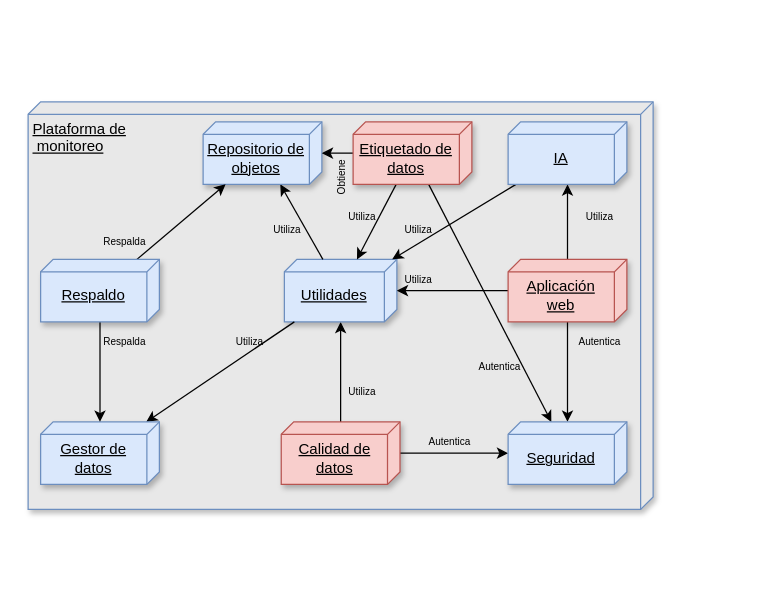
Earlier version of the draw.io diagram page "Diagrama de bloques - Arquitectura modular - 20250728" (1 of 6) of ceia-memoria/memoria/Figures projects/Diagramas gestion de proyectos.drawio (brunomaso1/uba-ceia). Source tidied: cells renumbered, new cells numbered last; positions are measured from the earlier drawing's top-left corner, leaving out a move shared by most shapes. Both pictures are drawn from the tidied source at 125%, with x=0, y=0 at pixel (28, 101).
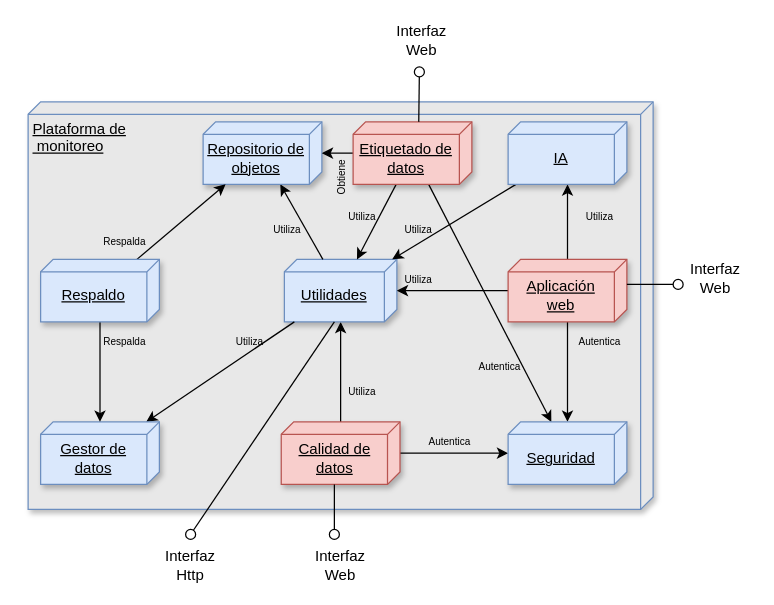
After the change.

Unchanged cells that the change refers to:
```xml
<mxCell id="4" value="Utilidades" style="verticalAlign=middle;align=center;spacingTop=8;spacingLeft=2;spacingRight=12;shape=cube;size=10;direction=south;fontStyle=4;html=1;whiteSpace=wrap;shadow=1;fillColor=#dae8fc;strokeColor=#6c8ebf;" parent="1" vertex="1">
  <mxGeometry x="205" y="126" width="90" height="50" as="geometry" />
</mxCell>
<mxCell id="14" value="Aplicación&lt;div&gt;web&lt;/div&gt;" style="verticalAlign=middle;align=center;spacingTop=8;spacingLeft=2;spacingRight=12;shape=cube;size=10;direction=south;fontStyle=4;html=1;whiteSpace=wrap;shadow=1;fillColor=#f8cecc;strokeColor=#b85450;" parent="1" vertex="1">
  <mxGeometry x="384" y="126" width="95" height="50" as="geometry" />
</mxCell>
<mxCell id="21" value="Etiquetado de datos" style="verticalAlign=middle;align=center;spacingTop=8;spacingLeft=2;spacingRight=12;shape=cube;size=10;direction=south;fontStyle=4;html=1;whiteSpace=wrap;shadow=1;fillColor=#f8cecc;strokeColor=#b85450;" parent="1" vertex="1">
  <mxGeometry x="260" y="16" width="95" height="50" as="geometry" />
</mxCell>
<mxCell id="23" value="Calidad de datos" style="verticalAlign=middle;align=center;spacingTop=8;spacingLeft=2;spacingRight=12;shape=cube;size=10;direction=south;fontStyle=4;html=1;whiteSpace=wrap;shadow=1;fillColor=#f8cecc;strokeColor=#b85450;" parent="1" vertex="1">
  <mxGeometry x="202.5" y="256" width="95" height="50" as="geometry" />
</mxCell>
```

What changed in the source:
```diff
@@
+    <mxCell id="38" style="html=1;verticalAlign=bottom;labelBackgroundColor=none;endArrow=oval;endFill=0;endSize=8;rounded=0;exitX=0;exitY=0;exitDx=0;exitDy=42.5;exitPerimeter=0;" parent="1" edge="1" source="21">
+      <mxGeometry relative="1" as="geometry">
+        <mxPoint x="313" y="-24" as="targetPoint" />
+      </mxGeometry>
+    </mxCell>
+    <mxCell id="39" style="html=1;verticalAlign=bottom;labelBackgroundColor=none;endArrow=oval;endFill=0;endSize=8;rounded=0;exitX=0;exitY=0;exitDx=20;exitDy=0;exitPerimeter=0;" parent="1" edge="1" source="14">
+      <mxGeometry relative="1" as="geometry">
+        <mxPoint x="520" y="146" as="targetPoint" />
+      </mxGeometry>
+    </mxCell>
+    <mxCell id="40" style="html=1;verticalAlign=bottom;labelBackgroundColor=none;endArrow=oval;endFill=0;endSize=8;rounded=0;exitX=0;exitY=0;exitDx=50;exitDy=52.5;exitPerimeter=0;" parent="1" edge="1" source="23">
+      <mxGeometry relative="1" as="geometry">
+        <mxPoint x="245" y="346" as="targetPoint" />
+      </mxGeometry>
+    </mxCell>
+    <mxCell id="41" style="html=1;verticalAlign=bottom;labelBackgroundColor=none;endArrow=oval;endFill=0;endSize=8;rounded=0;exitX=0;exitY=0;exitDx=50;exitDy=50;exitPerimeter=0;" parent="1" edge="1" source="4">
+      <mxGeometry relative="1" as="geometry">
+        <mxPoint x="130" y="346" as="targetPoint" />
+      </mxGeometry>
+    </mxCell>
+    <mxCell id="42" value="Interfaz Web" style="text;html=1;align=center;verticalAlign=middle;whiteSpace=wrap;rounded=0;" parent="1" vertex="1">
+      <mxGeometry x="285" y="-64" width="60" height="30" as="geometry" />
+    </mxCell>
+    <mxCell id="43" value="Interfaz Web" style="text;html=1;align=center;verticalAlign=middle;whiteSpace=wrap;rounded=0;" parent="1" vertex="1">
+      <mxGeometry x="520" y="126" width="60" height="30" as="geometry" />
+    </mxCell>
+    <mxCell id="44" value="Interfaz Web" style="text;html=1;align=center;verticalAlign=middle;whiteSpace=wrap;rounded=0;" parent="1" vertex="1">
+      <mxGeometry x="220" y="356" width="60" height="30" as="geometry" />
+    </mxCell>
+    <mxCell id="45" value="Interfaz Http" style="text;html=1;align=center;verticalAlign=middle;whiteSpace=wrap;rounded=0;" parent="1" vertex="1">
+      <mxGeometry x="100" y="356" width="60" height="30" as="geometry" />
+    </mxCell>
```
